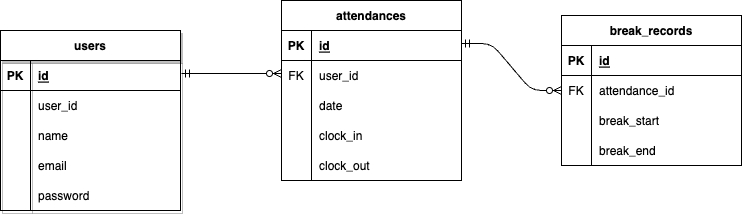
Above: er.png in hstonewell/mock_first (draw.io), before the change. Source tidied: cells renumbered, new cells last; positions are measured from the earlier drawing's top-left corner, leaving out a move shared by most shapes. The source it was exported from:
```xml
<mxGraphModel>
  <root>
    <mxCell id="0" />
    <mxCell id="1" parent="0" />
    <mxCell id="2" value="users" style="shape=table;startSize=30;rowLines=0;fontStyle=1;align=center;fillStyle=auto;shadow=1;" parent="1" vertex="1">
      <mxGeometry y="30" width="180" height="180" as="geometry" />
    </mxCell>
    <mxCell id="3" style="shape=tableRow;horizontal=0;startSize=0;swimlaneHead=0;swimlaneBody=0;fillColor=none;top=0;left=0;right=0;bottom=1;" parent="2" vertex="1">
      <mxGeometry y="30" width="180" height="30" as="geometry" />
    </mxCell>
    <mxCell id="4" value="PK" style="shape=partialRectangle;fillColor=none;top=0;left=0;bottom=0;right=0;fontStyle=1;overflow=hidden;" parent="3" vertex="1">
      <mxGeometry width="30" height="30" as="geometry" />
    </mxCell>
    <mxCell id="5" value="id" style="shape=partialRectangle;fillColor=none;top=0;left=0;bottom=0;right=0;align=left;spacingLeft=6;fontStyle=5;overflow=hidden;" parent="3" vertex="1">
      <mxGeometry x="30" width="150" height="30" as="geometry" />
    </mxCell>
    <mxCell id="6" style="shape=tableRow;horizontal=0;startSize=0;swimlaneHead=0;swimlaneBody=0;fillColor=none;top=0;left=0;right=0;bottom=0;" parent="2" vertex="1">
      <mxGeometry y="60" width="180" height="30" as="geometry" />
    </mxCell>
    <mxCell id="7" style="shape=partialRectangle;fillColor=none;top=0;left=0;bottom=0;right=0;overflow=hidden;" parent="6" vertex="1">
      <mxGeometry width="30" height="30" as="geometry" />
    </mxCell>
    <mxCell id="8" value="user_id" style="shape=partialRectangle;fillColor=none;top=0;left=0;bottom=0;right=0;align=left;spacingLeft=6;overflow=hidden;" parent="6" vertex="1">
      <mxGeometry x="30" width="150" height="30" as="geometry" />
    </mxCell>
    <mxCell id="9" style="shape=tableRow;horizontal=0;startSize=0;swimlaneHead=0;swimlaneBody=0;fillColor=none;top=0;left=0;right=0;bottom=0;" parent="2" vertex="1">
      <mxGeometry y="90" width="180" height="30" as="geometry" />
    </mxCell>
    <mxCell id="10" style="shape=partialRectangle;fillColor=none;top=0;left=0;bottom=0;right=0;overflow=hidden;" parent="9" vertex="1">
      <mxGeometry width="30" height="30" as="geometry" />
    </mxCell>
    <mxCell id="11" value="name" style="shape=partialRectangle;fillColor=none;top=0;left=0;bottom=0;right=0;align=left;spacingLeft=6;overflow=hidden;" parent="9" vertex="1">
      <mxGeometry x="30" width="150" height="30" as="geometry" />
    </mxCell>
    <mxCell id="12" style="shape=tableRow;horizontal=0;startSize=0;swimlaneHead=0;swimlaneBody=0;fillColor=none;top=0;left=0;right=0;bottom=0;" parent="2" vertex="1">
      <mxGeometry y="120" width="180" height="30" as="geometry" />
    </mxCell>
    <mxCell id="13" style="shape=partialRectangle;fillColor=none;top=0;left=0;bottom=0;right=0;overflow=hidden;" parent="12" vertex="1">
      <mxGeometry width="30" height="30" as="geometry" />
    </mxCell>
    <mxCell id="14" value="email" style="shape=partialRectangle;fillColor=none;top=0;left=0;bottom=0;right=0;align=left;spacingLeft=6;overflow=hidden;" parent="12" vertex="1">
      <mxGeometry x="30" width="150" height="30" as="geometry" />
    </mxCell>
    <mxCell id="15" style="shape=tableRow;horizontal=0;startSize=0;swimlaneHead=0;swimlaneBody=0;fillColor=none;top=0;left=0;right=0;bottom=0;" parent="2" vertex="1">
      <mxGeometry y="150" width="180" height="30" as="geometry" />
    </mxCell>
    <mxCell id="16" style="shape=partialRectangle;fillColor=none;top=0;left=0;bottom=0;right=0;overflow=hidden;" parent="15" vertex="1">
      <mxGeometry width="30" height="30" as="geometry" />
    </mxCell>
    <mxCell id="17" value="password" style="shape=partialRectangle;fillColor=none;top=0;left=0;bottom=0;right=0;align=left;spacingLeft=6;overflow=hidden;" parent="15" vertex="1">
      <mxGeometry x="30" width="150" height="30" as="geometry" />
    </mxCell>
    <mxCell id="18" value="attendances" style="shape=table;startSize=30;rowLines=0;fontStyle=1;align=center;fillStyle=auto;strokeColor=default;fillColor=default;" parent="1" vertex="1">
      <mxGeometry x="281" width="180" height="180" as="geometry" />
    </mxCell>
    <mxCell id="19" style="shape=tableRow;horizontal=0;startSize=0;swimlaneHead=0;swimlaneBody=0;fillColor=none;top=0;left=0;right=0;bottom=1;fillStyle=auto;strokeColor=default;" parent="18" vertex="1">
      <mxGeometry y="30" width="180" height="30" as="geometry" />
    </mxCell>
    <mxCell id="20" value="PK" style="shape=partialRectangle;fillColor=none;top=0;left=0;bottom=0;right=0;fontStyle=1;overflow=hidden;fillStyle=auto;strokeColor=default;" parent="19" vertex="1">
      <mxGeometry width="30" height="30" as="geometry" />
    </mxCell>
    <mxCell id="21" value="id" style="shape=partialRectangle;fillColor=none;top=0;left=0;bottom=0;right=0;align=left;spacingLeft=6;fontStyle=5;overflow=hidden;fillStyle=auto;strokeColor=default;" parent="19" vertex="1">
      <mxGeometry x="30" width="150" height="30" as="geometry" />
    </mxCell>
    <mxCell id="22" style="shape=tableRow;horizontal=0;startSize=0;swimlaneHead=0;swimlaneBody=0;fillColor=none;top=0;left=0;right=0;bottom=0;fillStyle=auto;strokeColor=default;" parent="18" vertex="1">
      <mxGeometry y="60" width="180" height="30" as="geometry" />
    </mxCell>
    <mxCell id="23" value="FK" style="shape=partialRectangle;fillColor=none;top=0;left=0;bottom=0;right=0;overflow=hidden;fillStyle=auto;strokeColor=default;" parent="22" vertex="1">
      <mxGeometry width="30" height="30" as="geometry" />
    </mxCell>
    <mxCell id="24" value="user_id" style="shape=partialRectangle;fillColor=none;top=0;left=0;bottom=0;right=0;align=left;spacingLeft=6;overflow=hidden;fillStyle=auto;strokeColor=default;" parent="22" vertex="1">
      <mxGeometry x="30" width="150" height="30" as="geometry" />
    </mxCell>
    <mxCell id="25" style="shape=tableRow;horizontal=0;startSize=0;swimlaneHead=0;swimlaneBody=0;fillColor=none;top=0;left=0;right=0;bottom=0;fillStyle=auto;strokeColor=default;" parent="18" vertex="1">
      <mxGeometry y="90" width="180" height="30" as="geometry" />
    </mxCell>
    <mxCell id="26" style="shape=partialRectangle;fillColor=none;top=0;left=0;bottom=0;right=0;overflow=hidden;fillStyle=auto;strokeColor=default;" parent="25" vertex="1">
      <mxGeometry width="30" height="30" as="geometry" />
    </mxCell>
    <mxCell id="27" value="date" style="shape=partialRectangle;fillColor=none;top=0;left=0;bottom=0;right=0;align=left;spacingLeft=6;overflow=hidden;fillStyle=auto;strokeColor=default;" parent="25" vertex="1">
      <mxGeometry x="30" width="150" height="30" as="geometry" />
    </mxCell>
    <mxCell id="28" style="shape=tableRow;horizontal=0;startSize=0;swimlaneHead=0;swimlaneBody=0;fillColor=none;top=0;left=0;right=0;bottom=0;fillStyle=auto;strokeColor=default;" parent="18" vertex="1">
      <mxGeometry y="120" width="180" height="30" as="geometry" />
    </mxCell>
    <mxCell id="29" style="shape=partialRectangle;fillColor=none;top=0;left=0;bottom=0;right=0;overflow=hidden;fillStyle=auto;strokeColor=default;" parent="28" vertex="1">
      <mxGeometry width="30" height="30" as="geometry" />
    </mxCell>
    <mxCell id="30" value="clock_in" style="shape=partialRectangle;fillColor=none;top=0;left=0;bottom=0;right=0;align=left;spacingLeft=6;overflow=hidden;fillStyle=auto;strokeColor=default;" parent="28" vertex="1">
      <mxGeometry x="30" width="150" height="30" as="geometry" />
    </mxCell>
    <mxCell id="31" style="shape=tableRow;horizontal=0;startSize=0;swimlaneHead=0;swimlaneBody=0;fillColor=none;top=0;left=0;right=0;bottom=0;fillStyle=auto;strokeColor=default;" parent="18" vertex="1">
      <mxGeometry y="150" width="180" height="30" as="geometry" />
    </mxCell>
    <mxCell id="32" style="shape=partialRectangle;fillColor=none;top=0;left=0;bottom=0;right=0;overflow=hidden;fillStyle=auto;strokeColor=default;" parent="31" vertex="1">
      <mxGeometry width="30" height="30" as="geometry" />
    </mxCell>
    <mxCell id="33" value="clock_out" style="shape=partialRectangle;fillColor=none;top=0;left=0;bottom=0;right=0;align=left;spacingLeft=6;overflow=hidden;fillStyle=auto;strokeColor=default;" parent="31" vertex="1">
      <mxGeometry x="30" width="150" height="30" as="geometry" />
    </mxCell>
    <mxCell id="34" value="break_records" style="shape=table;startSize=30;rowLines=0;fontStyle=1;align=center;fillStyle=auto;strokeColor=default;fillColor=default;" parent="1" vertex="1">
      <mxGeometry x="561" y="15" width="180" height="150" as="geometry" />
    </mxCell>
    <mxCell id="35" style="shape=tableRow;horizontal=0;startSize=0;swimlaneHead=0;swimlaneBody=0;fillColor=none;top=0;left=0;right=0;bottom=1;fillStyle=auto;strokeColor=default;" parent="34" vertex="1">
      <mxGeometry y="30" width="180" height="30" as="geometry" />
    </mxCell>
    <mxCell id="36" value="PK" style="shape=partialRectangle;fillColor=none;top=0;left=0;bottom=0;right=0;fontStyle=1;overflow=hidden;fillStyle=auto;strokeColor=default;" parent="35" vertex="1">
      <mxGeometry width="30" height="30" as="geometry" />
    </mxCell>
    <mxCell id="37" value="id" style="shape=partialRectangle;fillColor=none;top=0;left=0;bottom=0;right=0;align=left;spacingLeft=6;fontStyle=5;overflow=hidden;fillStyle=auto;strokeColor=default;" parent="35" vertex="1">
      <mxGeometry x="30" width="150" height="30" as="geometry" />
    </mxCell>
    <mxCell id="38" style="shape=tableRow;horizontal=0;startSize=0;swimlaneHead=0;swimlaneBody=0;fillColor=none;points=[[0,0.5],[1,0.5]];portConstraint=eastwest;top=0;left=0;right=0;bottom=0;fillStyle=auto;strokeColor=default;" parent="34" vertex="1">
      <mxGeometry y="60" width="180" height="30" as="geometry" />
    </mxCell>
    <mxCell id="39" value="FK" style="shape=partialRectangle;fillColor=none;top=0;left=0;bottom=0;right=0;overflow=hidden;fillStyle=auto;strokeColor=default;" parent="38" vertex="1">
      <mxGeometry width="30" height="30" as="geometry" />
    </mxCell>
    <mxCell id="40" value="attendance_id" style="shape=partialRectangle;fillColor=none;top=0;left=0;bottom=0;right=0;align=left;spacingLeft=6;overflow=hidden;fillStyle=auto;strokeColor=default;" parent="38" vertex="1">
      <mxGeometry x="30" width="150" height="30" as="geometry" />
    </mxCell>
    <mxCell id="41" style="shape=tableRow;horizontal=0;startSize=0;swimlaneHead=0;swimlaneBody=0;fillColor=none;top=0;left=0;right=0;bottom=0;fillStyle=auto;strokeColor=default;" parent="34" vertex="1">
      <mxGeometry y="90" width="180" height="30" as="geometry" />
    </mxCell>
    <mxCell id="42" style="shape=partialRectangle;fillColor=none;top=0;left=0;bottom=0;right=0;overflow=hidden;fillStyle=auto;strokeColor=default;" parent="41" vertex="1">
      <mxGeometry width="30" height="30" as="geometry" />
    </mxCell>
    <mxCell id="43" value="break_start" style="shape=partialRectangle;fillColor=none;top=0;left=0;bottom=0;right=0;align=left;spacingLeft=6;overflow=hidden;fillStyle=auto;strokeColor=default;" parent="41" vertex="1">
      <mxGeometry x="30" width="150" height="30" as="geometry" />
    </mxCell>
    <mxCell id="44" style="shape=tableRow;horizontal=0;startSize=0;swimlaneHead=0;swimlaneBody=0;fillColor=none;top=0;left=0;right=0;bottom=0;fillStyle=auto;strokeColor=default;" parent="34" vertex="1">
      <mxGeometry y="120" width="180" height="30" as="geometry" />
    </mxCell>
    <mxCell id="45" style="shape=partialRectangle;fillColor=none;top=0;left=0;bottom=0;right=0;overflow=hidden;fillStyle=auto;strokeColor=default;" parent="44" vertex="1">
      <mxGeometry width="30" height="30" as="geometry" />
    </mxCell>
    <mxCell id="46" value="break_end" style="shape=partialRectangle;fillColor=none;top=0;left=0;bottom=0;right=0;align=left;spacingLeft=6;overflow=hidden;fillStyle=auto;strokeColor=default;" parent="44" vertex="1">
      <mxGeometry x="30" width="150" height="30" as="geometry" />
    </mxCell>
    <mxCell id="47" style="endArrow=ERzeroToMany;html=1;rounded=0;startArrow=ERmandOne;startFill=0;endFill=0;" parent="1" edge="1">
      <mxGeometry relative="1" as="geometry">
        <mxPoint x="181" y="73" as="sourcePoint" />
        <mxPoint x="281" y="73" as="targetPoint" />
      </mxGeometry>
    </mxCell>
    <mxCell id="48" style="edgeStyle=entityRelationEdgeStyle;fontSize=12;html=1;endArrow=ERzeroToMany;startArrow=ERmandOne;entryX=0;entryY=0.5;entryDx=0;entryDy=0;" parent="1" edge="1" target="38">
      <mxGeometry relative="1" as="geometry">
        <mxPoint x="461" y="43" as="sourcePoint" />
      </mxGeometry>
    </mxCell>
  </root>
</mxGraphModel>
```
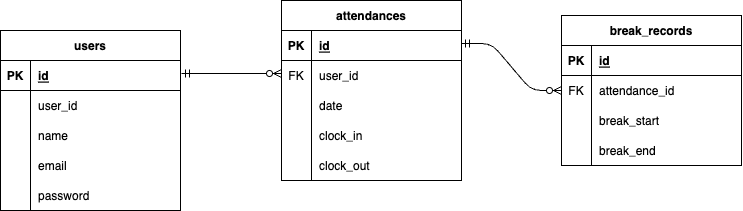
After the change.

Diff of the diagram source:
```diff
@@ -2,7 +2,7 @@
   <root>
     <mxCell id="0" />
     <mxCell id="1" parent="0" />
-    <mxCell id="2" value="users" style="shape=table;startSize=30;rowLines=0;fontStyle=1;align=center;fillStyle=auto;shadow=1;" parent="1" vertex="1">
+    <mxCell id="2" value="users" style="shape=table;startSize=30;rowLines=0;fontStyle=1;align=center;fillStyle=auto;shadow=0;" parent="1" vertex="1">
       <mxGeometry y="30" width="180" height="180" as="geometry" />
     </mxCell>
     <mxCell id="3" style="shape=tableRow;horizontal=0;startSize=0;swimlaneHead=0;swimlaneBody=0;fillColor=none;top=0;left=0;right=0;bottom=1;" parent="2" vertex="1">
```
